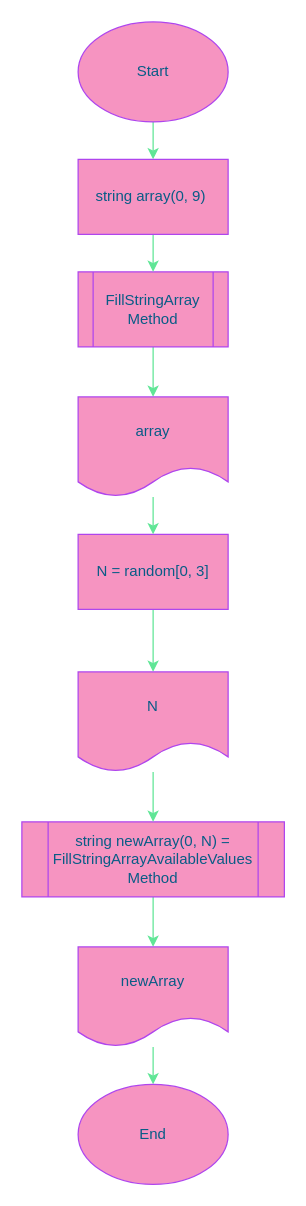
This is page "Main algorithm" (1 of 5) of Block_diagram.drawio from RumyancevaOlga/Final_verification_test, a draw.io file, before an edit. Source tidied: cells renumbered, new cells numbered last; positions are measured from the earlier drawing's top-left corner, leaving out a move shared by most shapes. Both pictures are drawn from the tidied source at 125%, with x=0, y=0 at pixel (21, 21).
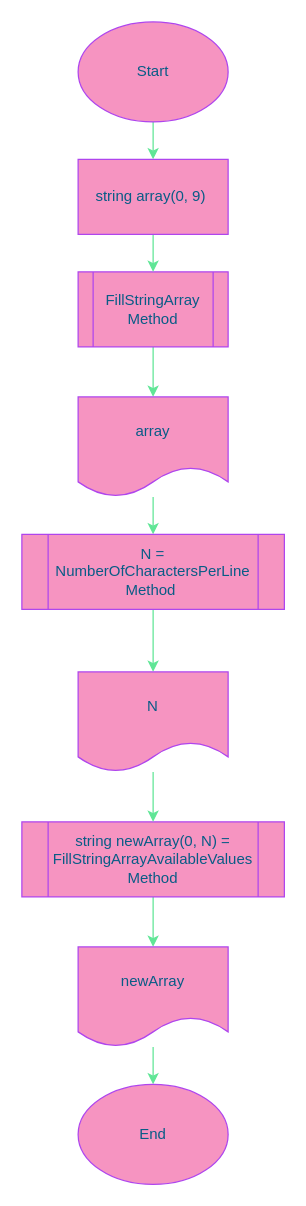
The same diagram, later.

Unchanged cells that the change refers to:
```xml
<mxCell id="13" value="array" style="shape=document;whiteSpace=wrap;html=1;boundedLbl=1;fillColor=#F694C1;strokeColor=#AF45ED;fontColor=#095C86;" parent="1" vertex="1">
  <mxGeometry x="45" y="300" width="120" height="80" as="geometry" />
</mxCell>
<mxCell id="15" value="N" style="shape=document;whiteSpace=wrap;html=1;boundedLbl=1;fillColor=#F694C1;strokeColor=#AF45ED;fontColor=#095C86;" parent="1" vertex="1">
  <mxGeometry x="45" y="520" width="120" height="80" as="geometry" />
</mxCell>
```

The edit, as a diff of the source:
```diff
@@
-    <mxCell id="8" style="edgeStyle=none;html=1;strokeColor=#60E696;fontColor=#095C86;" parent="1" edge="1" source="9" target="15">
-      <mxGeometry relative="1" as="geometry" />
+    <mxCell id="8" style="edgeStyle=none;html=1;strokeColor=#60E696;fontColor=#095C86;" parent="1" edge="1" target="15">
+      <mxGeometry relative="1" as="geometry">
+        <mxPoint x="105" y="470" as="sourcePoint" />
+      </mxGeometry>
     </mxCell>
-    <mxCell id="9" value="N = random[0, 3]" style="rounded=0;whiteSpace=wrap;html=1;fillColor=#F694C1;strokeColor=#AF45ED;fontColor=#095C86;" parent="1" vertex="1">
-      <mxGeometry x="45" y="410" width="120" height="60" as="geometry" />
-    </mxCell>
@@
-    <mxCell id="12" style="edgeStyle=none;html=1;strokeColor=#60E696;fontColor=#095C86;" parent="1" edge="1" source="13" target="9">
-      <mxGeometry relative="1" as="geometry" />
+    <mxCell id="12" style="edgeStyle=none;html=1;strokeColor=#60E696;fontColor=#095C86;" parent="1" edge="1" source="13">
+      <mxGeometry relative="1" as="geometry">
+        <mxPoint x="105" y="410" as="targetPoint" />
+      </mxGeometry>
     </mxCell>
@@
+    <mxCell id="19" value="N = NumberOfCharactersPerLine Method&lt;span&gt;&amp;nbsp;&lt;/span&gt;" style="shape=process;whiteSpace=wrap;html=1;backgroundOutline=1;fillColor=#F694C1;fontColor=#095C86;strokeColor=#AF45ED;" parent="1" vertex="1">
+      <mxGeometry y="410" width="210" height="60" as="geometry" />
+    </mxCell>
```
